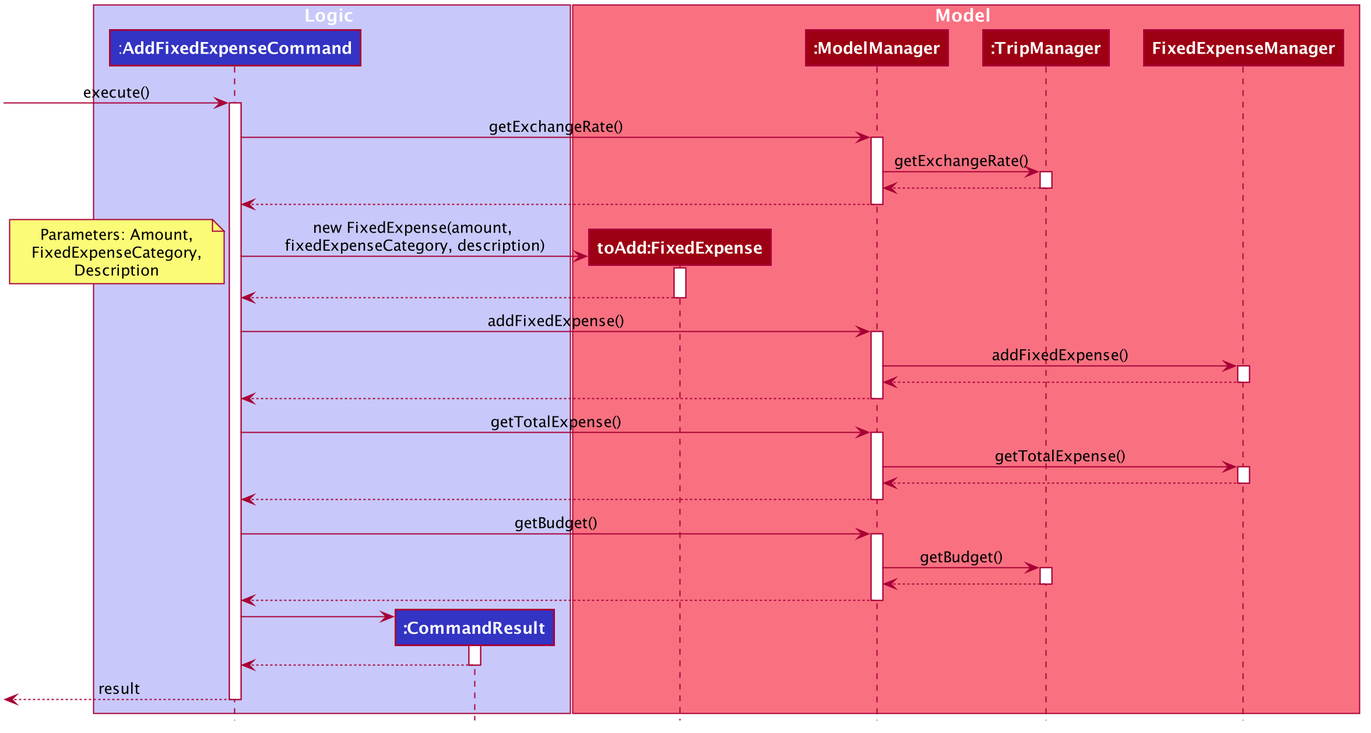
This is docs/images/developer-guide/fixed-expense/AddFixedExpenseCommandExecution.png from zenatrick/main, a PlantUML export, as it was before one commit. The source it was exported from:
```plantuml
@startuml









skinparam BackgroundColor #FFFFFFF

skinparam Shadowing false

skinparam Class {
    FontColor #FFFFFF
    BorderThickness 1
    BorderColor #FFFFFF
    StereotypeFontColor #FFFFFF
    FontName Arial
}

skinparam Actor {
    BorderColor #000000
    Color #000000
    FontName Arial
}

skinparam Sequence {
    MessageAlign center
    BoxFontSize 15
    BoxPadding 0
    BoxFontColor #FFFFFF
    FontName Arial
}

skinparam Participant {
    FontColor #FFFFFFF
    Padding 20
}

skinparam MinClassWidth 50
skinparam ParticipantPadding 10
skinparam Shadowing false
skinparam DefaultTextAlignment center
skinparam packageStyle Rectangle

hide footbox
hide members
hide circle

box Logic #C8C8FA
participant ":**AddFixedExpenseCommand**" as AddFixedExpenseCommand #3333C4
participant "**:CommandResult**" as CommandResult #3333C4
end box

box Model #F97181
participant "**toAdd:FixedExpense**" as FixedExpense #9D0012
participant "**:ModelManager**" as ModelManager #9D0012
participant "**:TripManager**" as TripManager #9D0012
participant "**FixedExpenseManager**" as FixedExpenseManager #9D0012



end box

[-> AddFixedExpenseCommand : execute()
activate AddFixedExpenseCommand

AddFixedExpenseCommand-> ModelManager : getExchangeRate()
activate ModelManager

ModelManager -> TripManager : getExchangeRate()
activate TripManager

TripManager --> ModelManager
deactivate TripManager

ModelManager --> AddFixedExpenseCommand
deactivate ModelManager

create FixedExpense
AddFixedExpenseCommand -> FixedExpense : new FixedExpense(amount, \nfixedExpenseCategory, description)
activate FixedExpense
note left: Parameters: Amount,\n FixedExpenseCategory, \nDescription

FixedExpense --> AddFixedExpenseCommand
deactivate FixedExpense

AddFixedExpenseCommand -> ModelManager : addFixedExpense()
activate ModelManager

ModelManager -> FixedExpenseManager : addFixedExpense()
activate FixedExpenseManager

FixedExpenseManager --> ModelManager
deactivate FixedExpenseManager

ModelManager --> AddFixedExpenseCommand
deactivate ModelManager



AddFixedExpenseCommand -> ModelManager : getTotalExpense()
activate ModelManager

ModelManager -> FixedExpenseManager : getTotalExpense()
activate FixedExpenseManager

FixedExpenseManager --> ModelManager
deactivate FixedExpenseManager

ModelManager --> AddFixedExpenseCommand
deactivate ModelManager


AddFixedExpenseCommand -> ModelManager : getBudget()
activate ModelManager

ModelManager -> TripManager :getBudget()
activate TripManager

TripManager --> ModelManager
deactivate TripManager

ModelManager --> AddFixedExpenseCommand
deactivate ModelManager


create CommandResult
AddFixedExpenseCommand -> CommandResult
activate CommandResult

CommandResult --> AddFixedExpenseCommand
deactivate CommandResult

[<-- AddFixedExpenseCommand : result
deactivate AddFixedExpenseCommand

@enduml
```
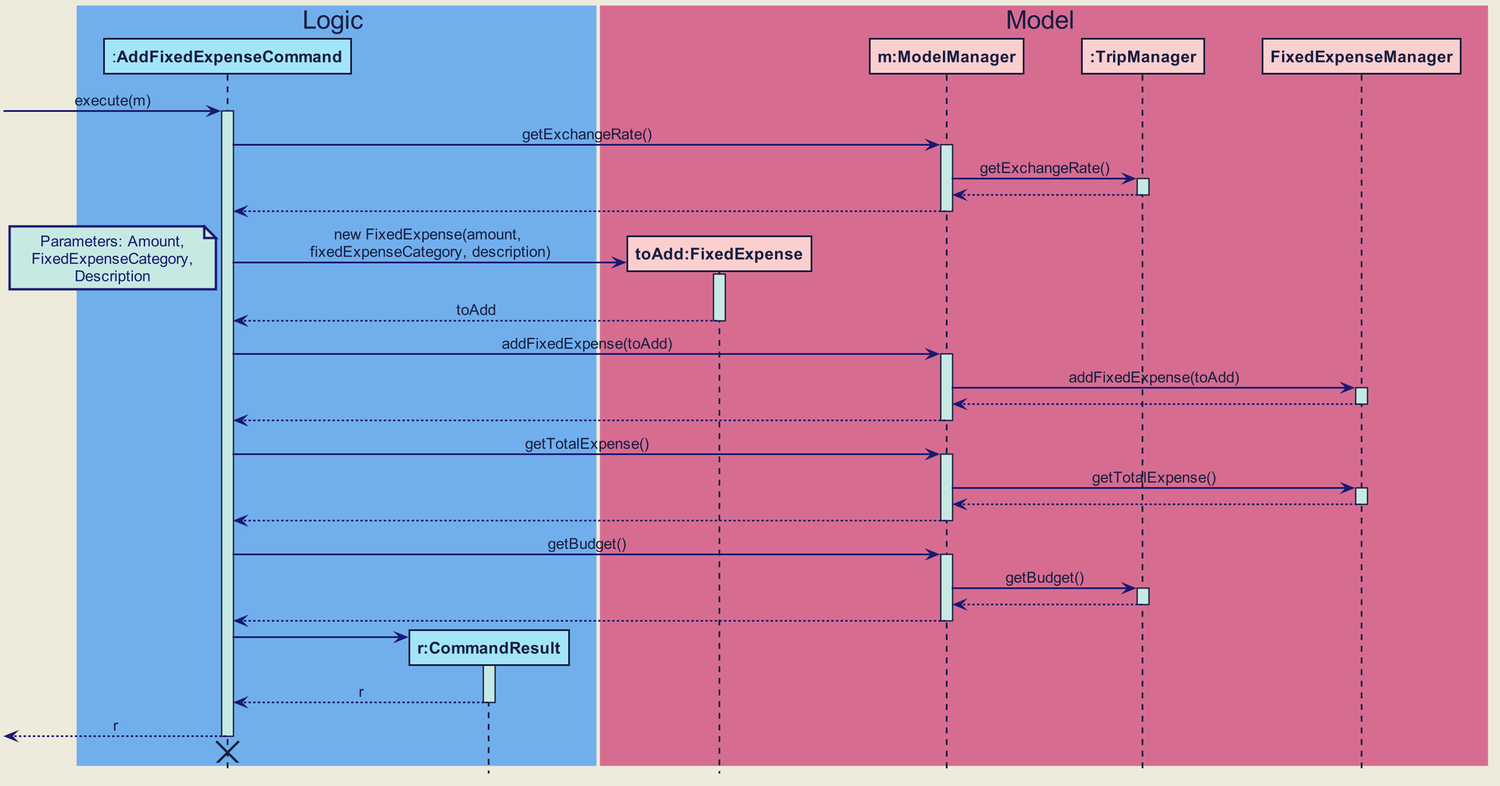
Later version of the same file.

Diff of the diagram source:
```diff
@@ -6,17 +6,59 @@
 
 
 
+skinparam BackgroundColor #EEEBDC
+skinparam Shadowing false
+skinparam MinClassWidth 50
+skinparam PackageStyle Rectangle
 
+skinparam Default {
+    FontColor #171D40
+    FontName Arial
+    TextAlignment center
+}
 
-skinparam BackgroundColor #FFFFFFF
+skinparam Participant {
+    Padding 10
+    BorderColor #171D40
+}
 
-skinparam Shadowing false
+skinparam Title {
+    FontColor #171D40
+    FontName Arial
+    FontSize 22
+}
+
+skinparam Arrow {
+    Thickness 1.5
+    Color MidNightBlue
+}
+
+skinparam Note {
+    BackgroundColor #C6EAE3
+    FontColor MidNightBlue
+    BorderColor MidNightBlue
+    BorderThickness 2
+}
 
 skinparam Class {
-    FontColor #FFFFFF
     BorderThickness 1
-    BorderColor #FFFFFF
-    StereotypeFontColor #FFFFFF
+    BorderColor #171D40
+    BackgroundColor #A2E5F9
+    AttributeFontColor MidNightBlue
+    AttributeIconSize 0
+    StereotypeFontColor #171D40
+    StereotypeFontStyle normal
+    FontName Arial
+}
+
+skinparam Object {
+    BorderThickness 2
+    BorderColor #171D40
+    BackgroundColor #C6EAE3
+    AttributeFontColor MidNightBlue
+    AttributeIconSize 0
+    StereotypeFontColor #171D40
+    StereotypeFontStyle normal
     FontName Arial
 }
 
@@ -27,44 +69,55 @@
 }
 
 skinparam Sequence {
-    MessageAlign center
-    BoxFontSize 15
+    LifeLineBackgroundColor #C6EAE3
+    LifeLineBorderColor #171D40
+    LifeLineBorderThickness 1.5
+    MessageAlignment center
+    SequenceParticipantBorderThickness 10
+    ReferenceBackgroundColor #C6EAE3
+    ReferenceBorderColor #171D40
+    TitleFontColor #171D40
+    StereotypeFontStyle normal
+    BoxFontSize 22
+    BoxFontName Arial
+    BoxFontStyle normal
     BoxPadding 0
-    BoxFontColor #FFFFFF
-    FontName Arial
+    BoxBorderColor #EEEBDC
 }
 
 skinparam Participant {
-    FontColor #FFFFFFF
     Padding 20
 }
 
-skinparam MinClassWidth 50
-skinparam ParticipantPadding 10
-skinparam Shadowing false
-skinparam DefaultTextAlignment center
-skinparam packageStyle Rectangle
+skinparam Activity {
+    StartColor #171D40
+    EndColor #171D40
+    BorderThickness 1.5
+    BorderColor #171D40
+    BackgroundColor #A2E5F9
+    DiamondBackgroundColor #A2E5F9
+    DiamondBorderColor #171D40
+}
 
 hide footbox
-hide members
 hide circle
 
-box Logic #C8C8FA
-participant ":**AddFixedExpenseCommand**" as AddFixedExpenseCommand #3333C4
-participant "**:CommandResult**" as CommandResult #3333C4
+box Logic #71AFEC
+participant ":**AddFixedExpenseCommand**" as AddFixedExpenseCommand #A2E5F9
+participant "**r:CommandResult**" as CommandResult #A2E5F9
 end box
 
-box Model #F97181
-participant "**toAdd:FixedExpense**" as FixedExpense #9D0012
-participant "**:ModelManager**" as ModelManager #9D0012
-participant "**:TripManager**" as TripManager #9D0012
-participant "**FixedExpenseManager**" as FixedExpenseManager #9D0012
+box Model #D66D91
+participant "**toAdd:FixedExpense**" as FixedExpense #FCCFCF
+participant "**m:ModelManager**" as ModelManager #FCCFCF
+participant "**:TripManager**" as TripManager #FCCFCF
+participant "**FixedExpenseManager**" as FixedExpenseManager #FCCFCF
 
 
 
 end box
 
-[-> AddFixedExpenseCommand : execute()
+[-> AddFixedExpenseCommand : execute(m)
 activate AddFixedExpenseCommand
 
 AddFixedExpenseCommand-> ModelManager : getExchangeRate()
@@ -84,13 +137,13 @@
 activate FixedExpense
 note left: Parameters: Amount,\n FixedExpenseCategory, \nDescription
 
-FixedExpense --> AddFixedExpenseCommand
+FixedExpense --> AddFixedExpenseCommand : toAdd
 deactivate FixedExpense
 
-AddFixedExpenseCommand -> ModelManager : addFixedExpense()
+AddFixedExpenseCommand -> ModelManager : addFixedExpense(toAdd)
 activate ModelManager
 
-ModelManager -> FixedExpenseManager : addFixedExpense()
+ModelManager -> FixedExpenseManager : addFixedExpense(toAdd)
 activate FixedExpenseManager
 
 FixedExpenseManager --> ModelManager
@@ -98,7 +151,6 @@
 
 ModelManager --> AddFixedExpenseCommand
 deactivate ModelManager
-
 
 
 AddFixedExpenseCommand -> ModelManager : getTotalExpense()
@@ -126,15 +178,17 @@
 ModelManager --> AddFixedExpenseCommand
 deactivate ModelManager
 
-
 create CommandResult
 AddFixedExpenseCommand -> CommandResult
 activate CommandResult
 
-CommandResult --> AddFixedExpenseCommand
+CommandResult --> AddFixedExpenseCommand :r
 deactivate CommandResult
 
-[<-- AddFixedExpenseCommand : result
+[<-- AddFixedExpenseCommand : r
 deactivate AddFixedExpenseCommand
 
+AddFixedExpenseCommand -[hidden]> CommandResult
+destroy AddFixedExpenseCommand
+
 @enduml
```
